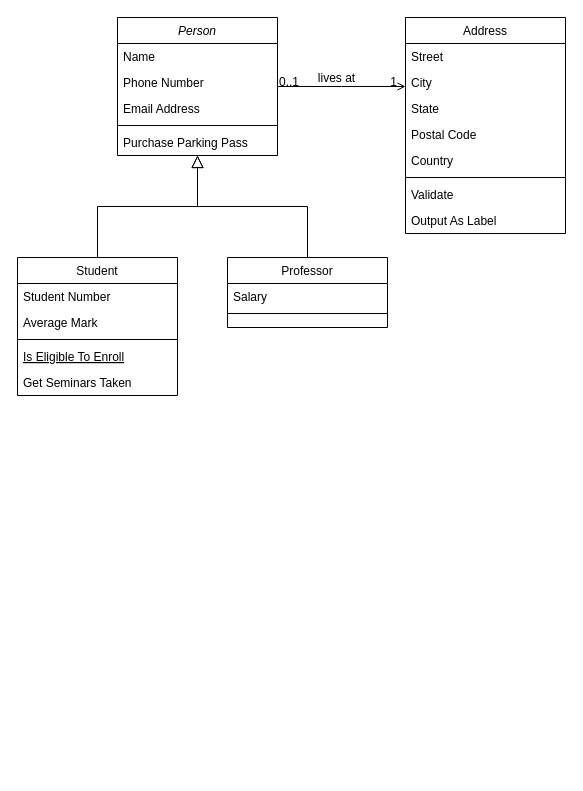
Above: 类设计.drawio in zyt0002/taoshao.github.io (draw.io), before the change. Source tidied: cells renumbered, new cells numbered last; positions are measured from the earlier drawing's top-left corner, leaving out a move shared by most shapes. Both pictures are drawn from the tidied source at 100%, with x=0, y=0 at pixel (17, 17).
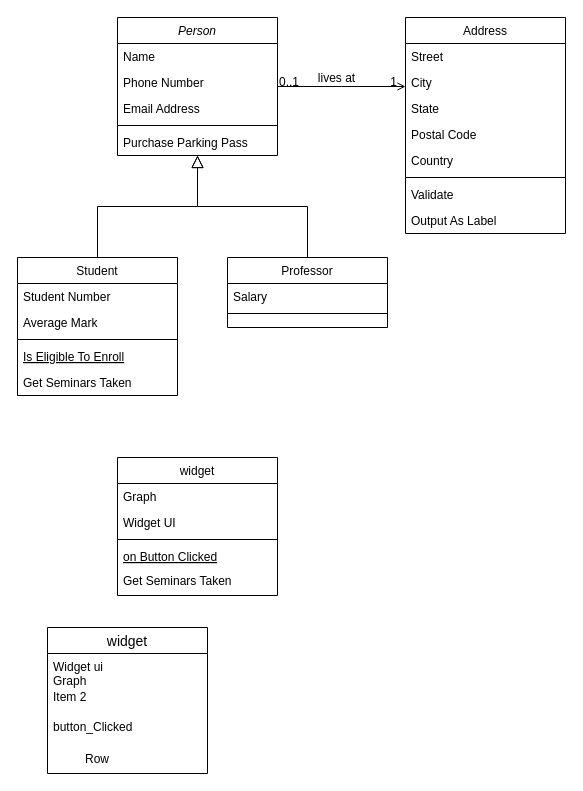
The same diagram, later.

Commit message:
更新类设计.drawio

Diff of the diagram source:
```diff
@@
+    <mxCell id="32" value="widget" style="swimlane;fontStyle=0;align=center;verticalAlign=top;horizontal=1;startSize=26;rounded=0;shadow=0;strokeWidth=1;" parent="1" vertex="1">
+      <mxGeometry x="100" y="440" width="160" height="138" as="geometry" />
+    </mxCell>
+    <mxCell id="33" value="Graph&#10;" style="text;align=left;verticalAlign=top;spacingLeft=4;spacingRight=4;overflow=hidden;" parent="32" vertex="1">
+      <mxGeometry y="26" width="160" height="26" as="geometry" />
+    </mxCell>
+    <mxCell id="34" value="Widget UI" style="text;align=left;verticalAlign=top;spacingLeft=4;spacingRight=4;overflow=hidden;rounded=0;shadow=0;html=0;" parent="32" vertex="1">
+      <mxGeometry y="52" width="160" height="26" as="geometry" />
+    </mxCell>
+    <mxCell id="35" style="line;html=1;strokeWidth=1;align=left;verticalAlign=middle;spacingTop=-1;spacingLeft=3;spacingRight=3;labelPosition=right;" parent="32" vertex="1">
+      <mxGeometry y="78" width="160" height="8" as="geometry" />
+    </mxCell>
+    <mxCell id="36" value="on Button Clicked" style="text;align=left;verticalAlign=top;spacingLeft=4;spacingRight=4;overflow=hidden;fontStyle=4;" parent="32" vertex="1">
+      <mxGeometry y="86" width="160" height="24" as="geometry" />
+    </mxCell>
+    <mxCell id="37" value="Get Seminars Taken" style="text;align=left;verticalAlign=top;spacingLeft=4;spacingRight=4;overflow=hidden;" parent="32" vertex="1">
+      <mxGeometry y="110" width="160" height="26" as="geometry" />
+    </mxCell>
+    <mxCell id="38" value="widget" style="swimlane;fontStyle=0;horizontal=1;startSize=26;align=center;fontSize=14;" parent="1" vertex="1">
+      <mxGeometry x="30" y="610" width="160" height="146" as="geometry" />
+    </mxCell>
+    <mxCell id="39" value="Widget ui&#10;Graph" style="text;strokeColor=none;fillColor=none;spacingLeft=4;spacingRight=4;overflow=hidden;fontSize=12;" parent="38" vertex="1">
+      <mxGeometry y="26" width="160" height="30" as="geometry" />
+    </mxCell>
+    <mxCell id="40" value="Item 2" style="text;strokeColor=none;fillColor=none;spacingLeft=4;spacingRight=4;overflow=hidden;fontSize=12;" parent="38" vertex="1">
+      <mxGeometry y="56" width="160" height="30" as="geometry" />
+    </mxCell>
+    <mxCell id="41" value="button_Clicked&#10;" style="text;strokeColor=none;fillColor=none;spacingLeft=4;spacingRight=4;overflow=hidden;fontSize=12;" parent="38" vertex="1">
+      <mxGeometry y="86" width="160" height="30" as="geometry" />
+    </mxCell>
+    <mxCell id="42" style="shape=table;startSize=0;childLayout=tableLayout;rowLines=0;fontStyle=0;align=center;strokeColor=none;fillColor=none;" parent="38" vertex="1">
+      <mxGeometry y="116" width="160" height="30" as="geometry" />
+    </mxCell>
+    <mxCell id="43" style="shape=tableRow;horizontal=0;startSize=0;swimlaneHead=0;swimlaneBody=0;fillColor=none;top=0;left=0;right=0;bottom=0;" parent="42" vertex="1">
+      <mxGeometry width="160" height="30" as="geometry" />
+    </mxCell>
+    <mxCell id="44" style="shape=partialRectangle;fillColor=none;top=0;left=0;bottom=0;right=0;overflow=hidden;" parent="43" vertex="1">
+      <mxGeometry width="30" height="30" as="geometry" />
+    </mxCell>
+    <mxCell id="45" value="Row" style="shape=partialRectangle;fillColor=none;top=0;left=0;bottom=0;right=0;align=left;spacingLeft=6;overflow=hidden;" parent="43" vertex="1">
+      <mxGeometry x="30" width="130" height="30" as="geometry" />
+    </mxCell>
```
